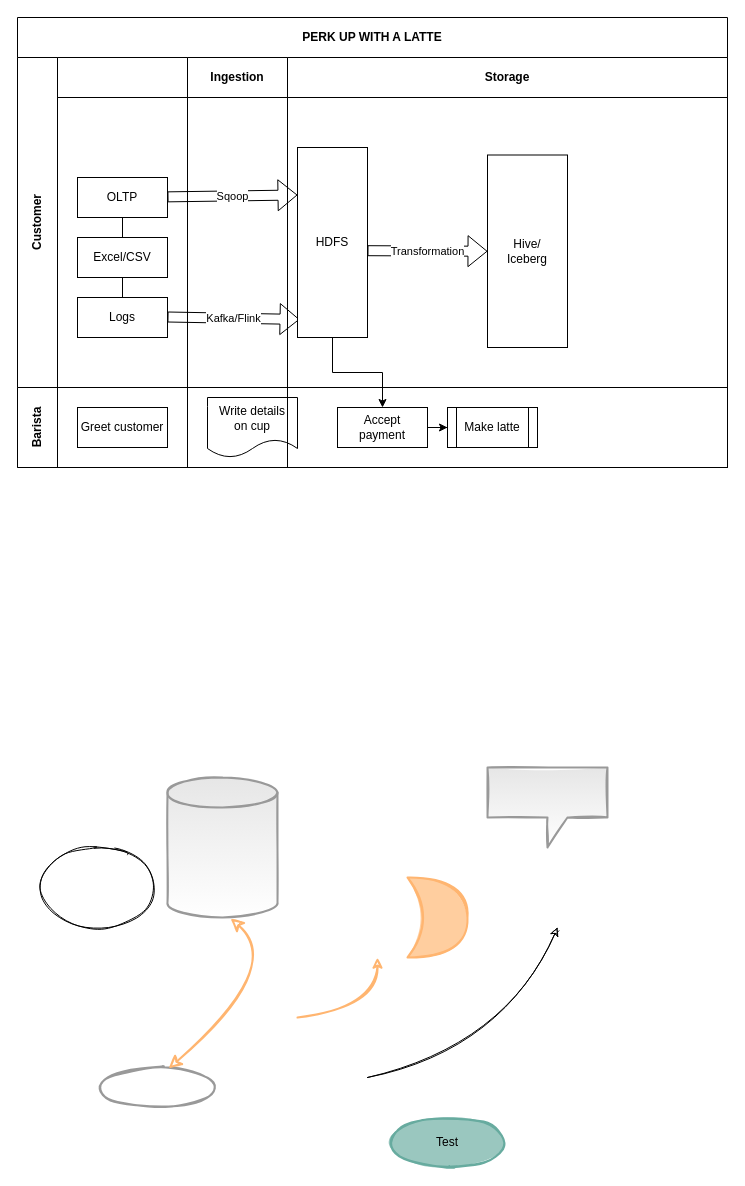
Earlier version of the draw.io diagram page "Page-1" (1 of 2) of Untitled Diagram.drawio (uyennt01/Project1). Source tidied: cells renumbered, new cells numbered last; positions are measured from the earlier drawing's top-left corner, leaving out a move shared by most shapes. Both pictures are drawn from the tidied source at 100%, with x=0, y=0 at pixel (17, 17).
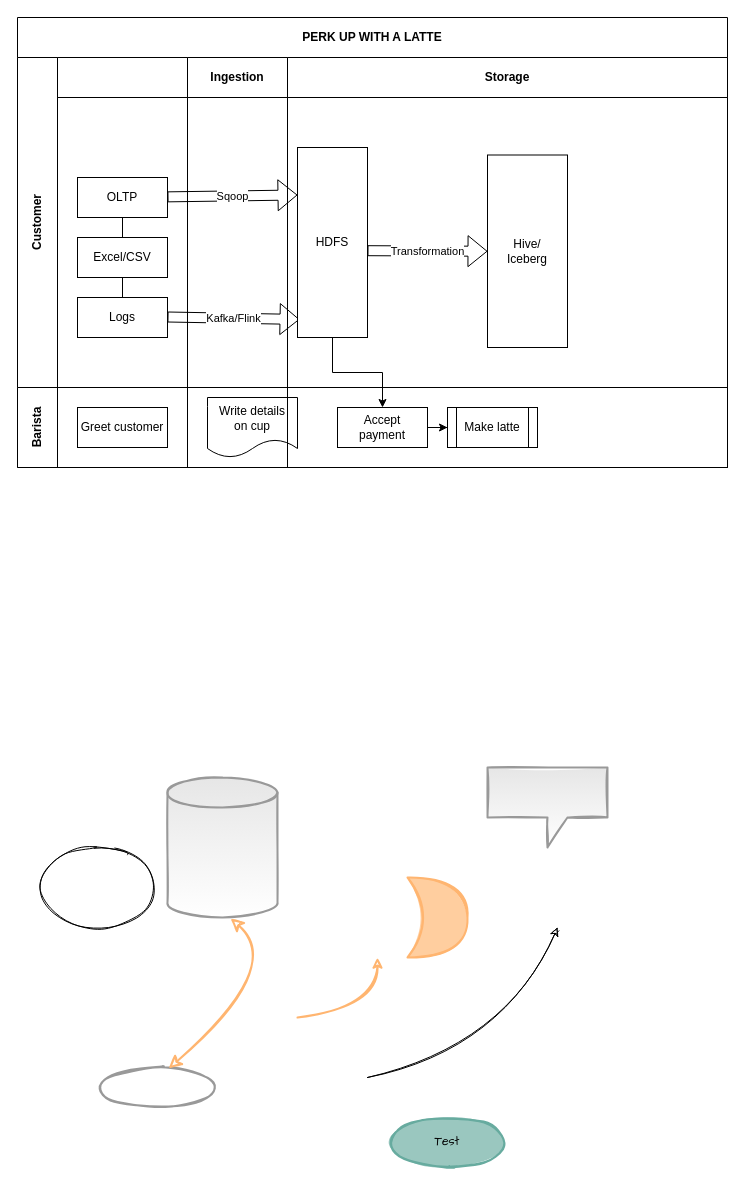
After the change.

What changed in the source:
```diff
@@
-    <mxCell id="33" value="Test" style="ellipse;whiteSpace=wrap;html=1;sketch=1;strokeWidth=2;strokeColor=#67AB9F;fillColor=#9AC7BF;fillStyle=solid;flipH=1;flipV=1;" parent="1" vertex="1">
+    <mxCell id="33" value="Test" style="ellipse;whiteSpace=wrap;html=1;sketch=1;strokeWidth=2;strokeColor=#67AB9F;fillColor=#9AC7BF;fillStyle=solid;flipH=1;flipV=1;fontFamily=Comic Sans MS;" parent="1" vertex="1">
       <mxGeometry x="370" y="1100" width="120" height="50" as="geometry" />
     </mxCell>
```
